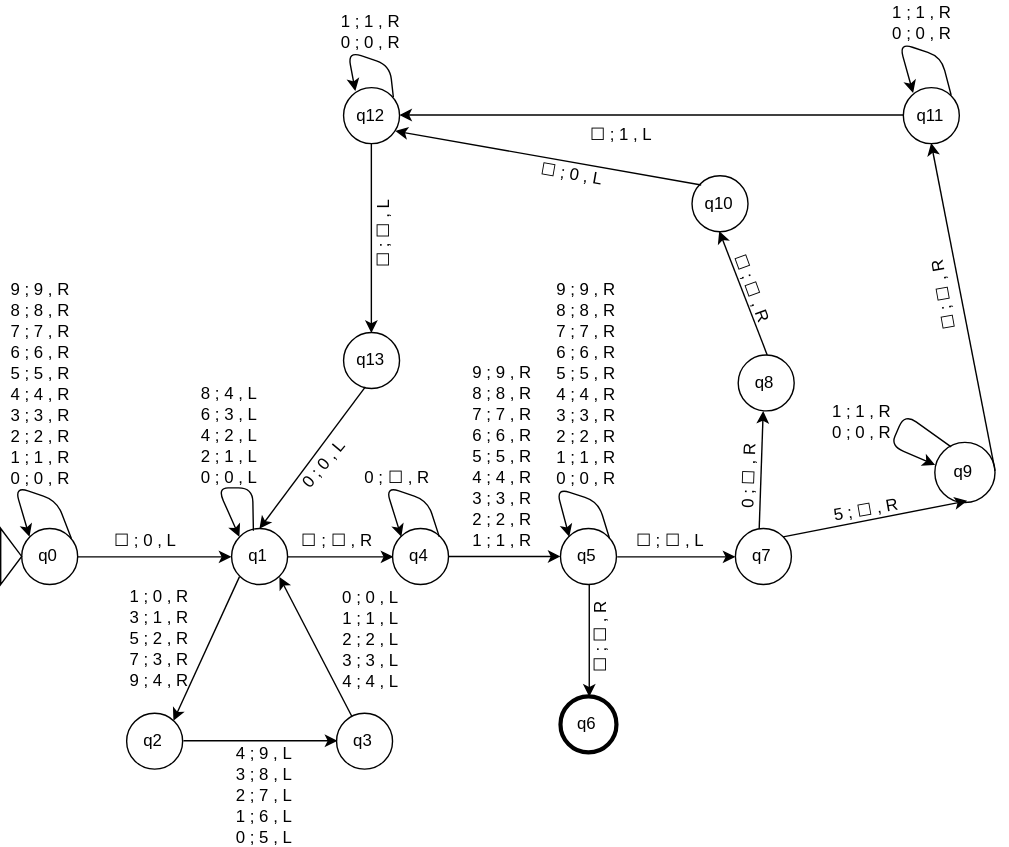
Above: MT_DecBin.svg in oscarr1605/MT_DecBin (draw.io), before the change. Source tidied: cells renumbered, new cells last; positions are measured from the earlier drawing's top-left corner, leaving out a move shared by most shapes.
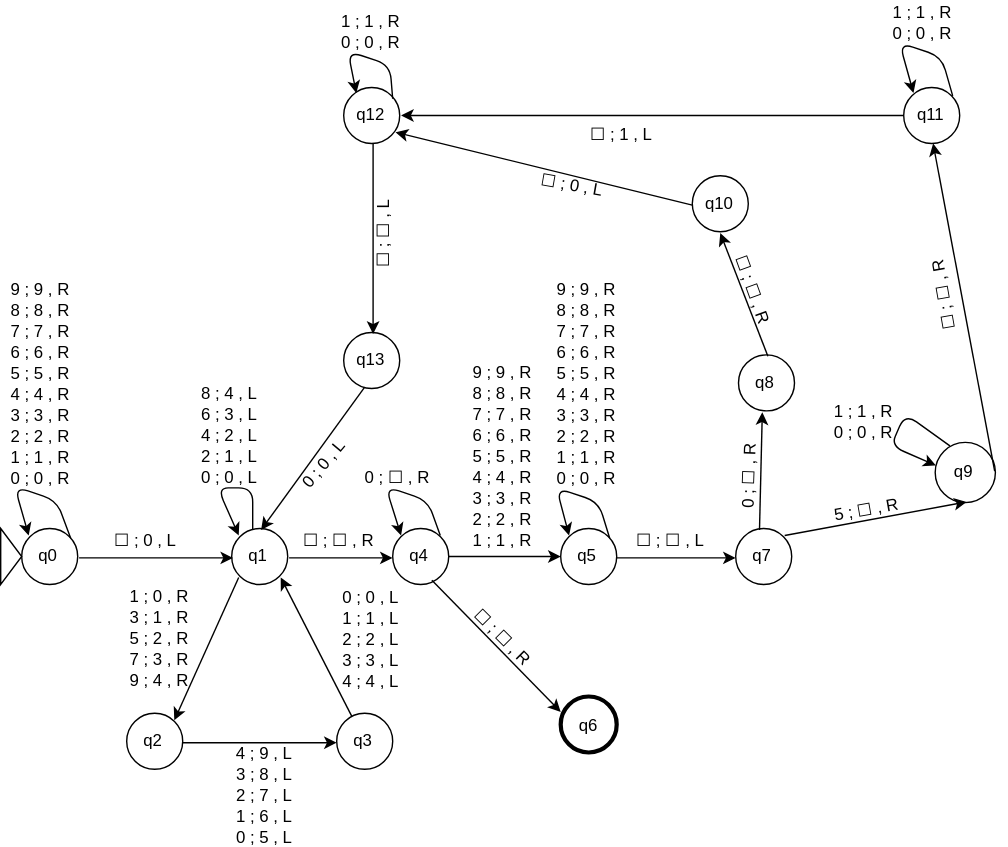
After the change.

Commit message:
fix diagram and transitions

The edit, as a diff of the source:
```diff
@@ -35,9 +35,6 @@
     <mxCell id="12" style="edgeStyle=orthogonalEdgeStyle;rounded=0;html=1;exitX=1;exitY=0.5;jettySize=auto;" parent="1" edge="1" source="14" target="18">
       <mxGeometry relative="1" as="geometry" />
     </mxCell>
-    <mxCell id="13" style="edgeStyle=orthogonalEdgeStyle;rounded=0;html=1;exitX=0.5;exitY=1;entryX=0.5;entryY=0;jettySize=auto;" parent="1" edge="1" source="14" target="19">
-      <mxGeometry relative="1" as="geometry" />
-    </mxCell>
     <mxCell id="14" value="q5" style="ellipse;whiteSpace=wrap;html=1;" parent="1" vertex="1">
       <mxGeometry x="400" y="377" width="40" height="40" as="geometry" />
     </mxCell>
@@ -280,7 +277,7 @@
       <mxGeometry x="241" y="6" width="45" height="15" as="geometry" />
     </mxCell>
     <mxCell id="84" value="&lt;span&gt;☐&lt;/span&gt;&amp;nbsp;; 0 , L" style="text;html=1;strokeColor=none;fillColor=none;align=center;verticalAlign=middle;whiteSpace=wrap;rounded=0;rotation=10;" parent="1" vertex="1">
-      <mxGeometry x="380" y="116" width="55" height="15" as="geometry" />
+      <mxGeometry x="380" y="123" width="55" height="15" as="geometry" />
     </mxCell>
     <mxCell id="85" value="☐&amp;nbsp;;&amp;nbsp;&lt;span&gt;☐&lt;/span&gt;&amp;nbsp;, L" style="text;html=1;strokeColor=none;fillColor=none;align=center;verticalAlign=middle;whiteSpace=wrap;rounded=0;rotation=-90;" parent="1" vertex="1">
       <mxGeometry x="245" y="159" width="55" height="15" as="geometry" />
@@ -333,8 +330,8 @@
     <mxCell id="101" value="0 ; 0&lt;span&gt;&amp;nbsp;, L&lt;/span&gt;" style="text;html=1;strokeColor=none;fillColor=none;align=center;verticalAlign=middle;whiteSpace=wrap;rounded=0;" parent="1" vertex="1">
       <mxGeometry x="241" y="418" width="45" height="15" as="geometry" />
     </mxCell>
-    <mxCell id="102" value="☐&amp;nbsp;;&amp;nbsp;&lt;span&gt;☐&lt;/span&gt;&amp;nbsp;, R" style="text;html=1;strokeColor=none;fillColor=none;align=center;verticalAlign=middle;whiteSpace=wrap;rounded=0;rotation=-90;" parent="1" vertex="1">
-      <mxGeometry x="400" y="447" width="55" height="15" as="geometry" />
+    <mxCell id="102" value="☐&amp;nbsp;;&amp;nbsp;&lt;span&gt;☐&lt;/span&gt;&amp;nbsp;, R" style="text;html=1;strokeColor=none;fillColor=none;align=center;verticalAlign=middle;whiteSpace=wrap;rounded=0;rotation=45;" parent="1" vertex="1">
+      <mxGeometry x="331" y="446" width="55" height="15" as="geometry" />
     </mxCell>
     <mxCell id="103" style="endArrow=classic;html=1;entryX=0.5;entryY=1;exitX=0.5;exitY=0;" parent="1" edge="1" source="28" target="21">
       <mxGeometry relative="1" as="geometry" />
@@ -353,8 +350,11 @@
         </Array>
       </mxGeometry>
     </mxCell>
-    <mxCell id="107" style="endArrow=classic;html=1;entryX=0.917;entryY=0.787;entryPerimeter=0;exitX=0;exitY=0;" parent="1" edge="1" source="21" target="27">
+    <mxCell id="107" style="endArrow=classic;html=1;entryX=0.917;entryY=0.787;entryPerimeter=0;exitX=0;exitY=0.5;" parent="1" edge="1" source="21" target="27">
       <mxGeometry relative="1" as="geometry" />
     </mxCell>
+    <mxCell id="108" style="endArrow=classic;html=1;entryX=0.024;entryY=0.292;entryPerimeter=0;exitX=0.72;exitY=0.948;exitPerimeter=0;" parent="1" edge="1" source="11" target="19">
+      <mxGeometry relative="1" as="geometry" />
+    </mxCell>
   </root>
 </mxGraphModel>
```
